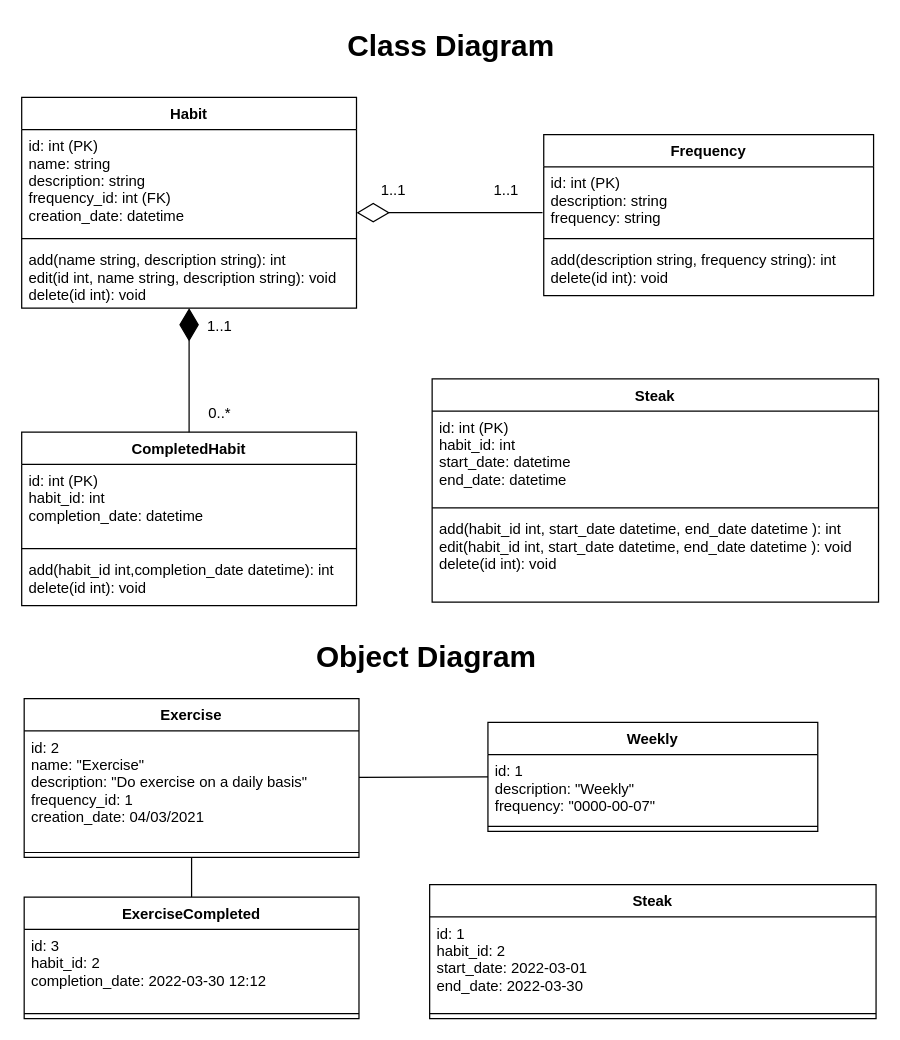
This is OOFPP_Habits_Phase1/HabitTrackerClassdiagram_02.drawio from gerharddev/oof_habits_project, a draw.io file, before an edit. Source tidied: cells renumbered, new cells numbered last; positions are measured from the earlier drawing's top-left corner, leaving out a move shared by most shapes. Both pictures are drawn from the tidied source at 124%, with x=0, y=0 at pixel (21, 21).
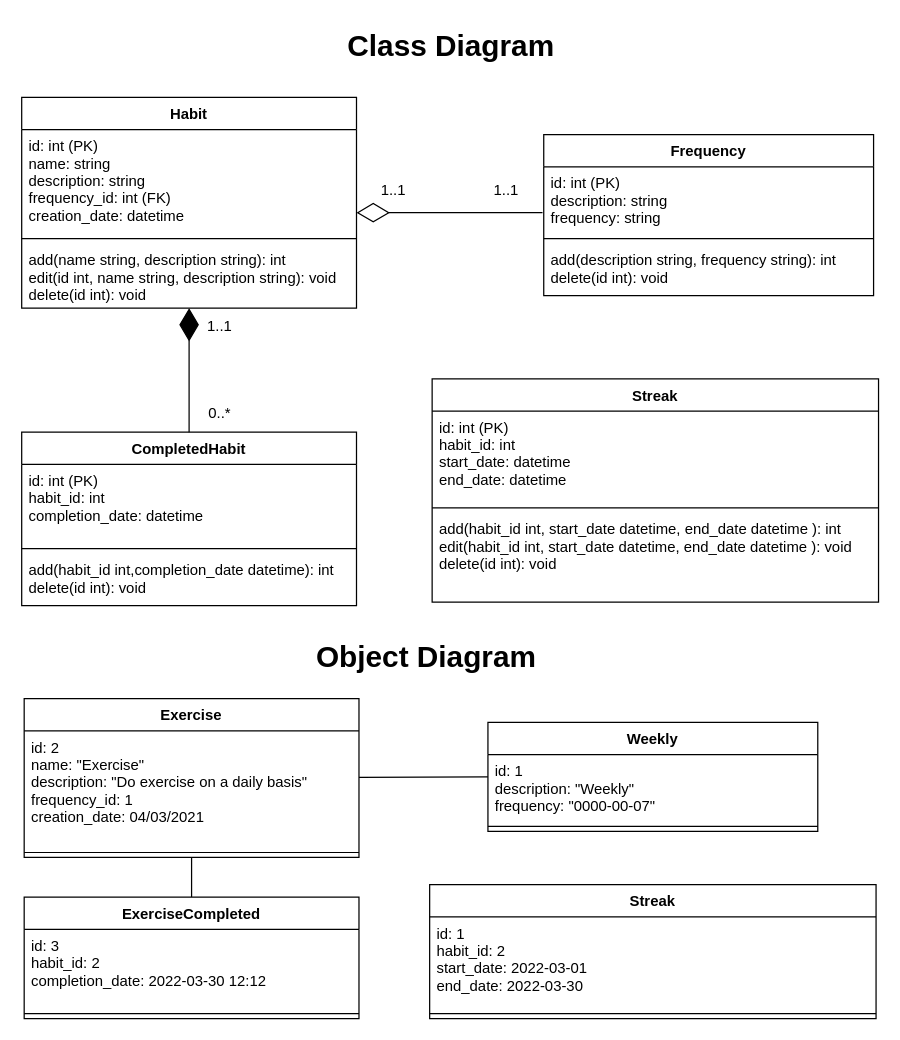
The same page after the edit.

What changed in the source:
```diff
@@
-    <mxCell id="24" value="Steak" style="swimlane;fontStyle=1;align=center;verticalAlign=top;horizontal=1;startSize=26;labelBackgroundColor=none;" parent="1" vertex="1">
+    <mxCell id="24" value="Streak" style="swimlane;fontStyle=1;align=center;verticalAlign=top;horizontal=1;startSize=26;labelBackgroundColor=none;" parent="1" vertex="1">
       <mxGeometry x="331" y="288" width="360" height="180" as="geometry" />
     </mxCell>
@@
-    <mxCell id="31" value="Steak" style="swimlane;fontStyle=1;align=center;verticalAlign=top;horizontal=1;startSize=26;" parent="1" vertex="1">
+    <mxCell id="31" value="Streak" style="swimlane;fontStyle=1;align=center;verticalAlign=top;horizontal=1;startSize=26;" parent="1" vertex="1">
       <mxGeometry x="329" y="696" width="360" height="108" as="geometry" />
     </mxCell>
```
